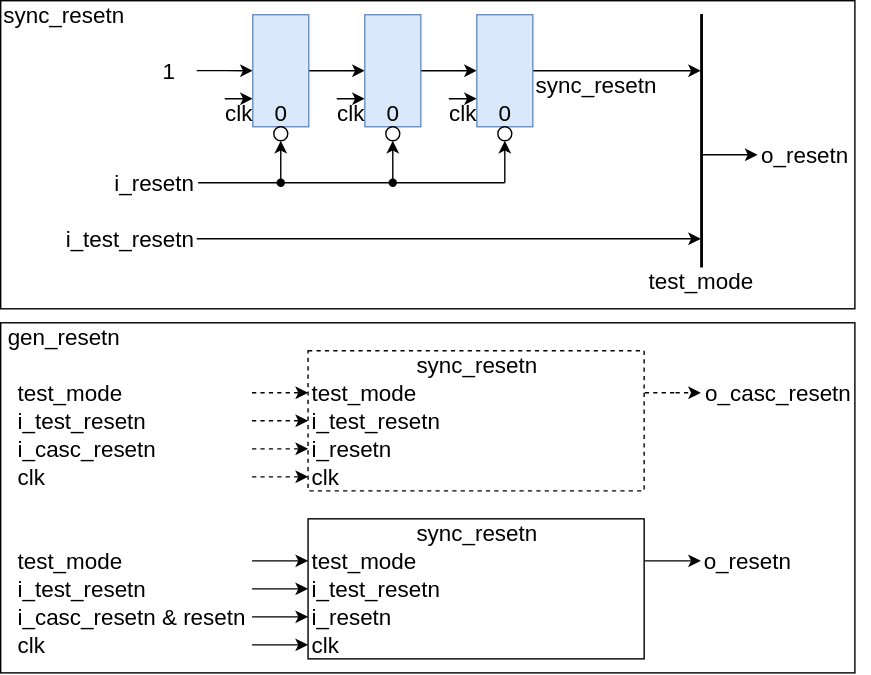
Before: de/platform_clk_resetn_gen/sync_resetn/include/resetn_design.svg, a diagram exported from draw.io (jnjnliwenjie0022/obs). Source tidied: cells renumbered, new cells last; positions are measured from the earlier drawing's top-left corner, leaving out a move shared by most shapes.
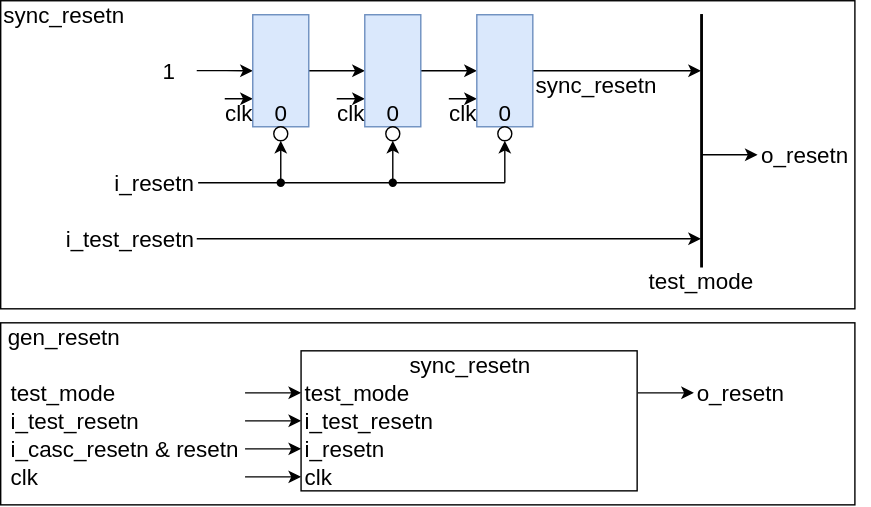
After the change.

Commit message:
vault backup: 2025-10-16 16:07:55

The edit, as a diff of the source:
```diff
@@ -3,7 +3,7 @@
     <mxCell id="0" />
     <mxCell id="1" parent="0" />
     <mxCell id="2" style="rounded=0;whiteSpace=wrap;html=1;fontSize=16;" parent="1" vertex="1">
-      <mxGeometry y="230" width="610" height="250" as="geometry" />
+      <mxGeometry y="230" width="610" height="130" as="geometry" />
     </mxCell>
     <mxCell id="3" style="rounded=0;whiteSpace=wrap;html=1;fontSize=16;" parent="1" vertex="1">
       <mxGeometry width="610" height="220" as="geometry" />
@@ -139,123 +139,64 @@
     <mxCell id="38" value="sync_resetn" style="rounded=0;whiteSpace=wrap;html=1;fontSize=16;fillColor=none;strokeColor=none;align=center;" parent="1" vertex="1">
       <mxGeometry width="90" height="20" as="geometry" />
     </mxCell>
-    <mxCell id="39" style="rounded=0;whiteSpace=wrap;html=1;fontSize=16;dashed=1;" parent="1" vertex="1">
-      <mxGeometry x="219.5" y="250" width="240" height="100" as="geometry" />
-    </mxCell>
-    <mxCell id="40" value="sync_resetn" style="rounded=0;whiteSpace=wrap;html=1;fontSize=16;fillColor=none;strokeColor=none;align=center;dashed=1;" parent="1" vertex="1">
-      <mxGeometry x="294.5" y="250" width="90" height="20" as="geometry" />
-    </mxCell>
-    <mxCell id="41" style="edgeStyle=orthogonalEdgeStyle;rounded=0;jettySize=auto;html=1;dashed=1;" parent="1" edge="1" target="42">
-      <mxGeometry relative="1" as="geometry">
-        <mxPoint x="179.5" y="280" as="sourcePoint" />
-      </mxGeometry>
-    </mxCell>
-    <mxCell id="42" value="test_mode" style="rounded=0;whiteSpace=wrap;html=1;fontSize=16;fillColor=none;strokeColor=none;align=left;dashed=1;" parent="1" vertex="1">
-      <mxGeometry x="219.5" y="270" width="90" height="20" as="geometry" />
-    </mxCell>
-    <mxCell id="43" style="edgeStyle=orthogonalEdgeStyle;rounded=0;jettySize=auto;html=1;dashed=1;" parent="1" edge="1" target="44">
-      <mxGeometry relative="1" as="geometry">
-        <mxPoint x="179.5" y="320" as="sourcePoint" />
-      </mxGeometry>
-    </mxCell>
-    <mxCell id="44" value="i_resetn" style="rounded=0;whiteSpace=wrap;html=1;fontSize=16;fillColor=none;strokeColor=none;align=left;dashed=1;" parent="1" vertex="1">
-      <mxGeometry x="219.5" y="310" width="90" height="20" as="geometry" />
-    </mxCell>
-    <mxCell id="45" style="edgeStyle=orthogonalEdgeStyle;rounded=0;jettySize=auto;html=1;dashed=1;" parent="1" edge="1" target="46">
-      <mxGeometry relative="1" as="geometry">
-        <mxPoint x="179.5" y="300" as="sourcePoint" />
-      </mxGeometry>
-    </mxCell>
-    <mxCell id="46" value="i_test_resetn" style="rounded=0;whiteSpace=wrap;html=1;fontSize=16;fillColor=none;strokeColor=none;align=left;dashed=1;" parent="1" vertex="1">
-      <mxGeometry x="219.5" y="290" width="90" height="20" as="geometry" />
-    </mxCell>
-    <mxCell id="47" style="edgeStyle=orthogonalEdgeStyle;rounded=0;orthogonalLoop=1;jettySize=auto;html=1;dashed=1;" parent="1" edge="1">
-      <mxGeometry relative="1" as="geometry">
-        <mxPoint x="460" y="280" as="sourcePoint" />
-        <mxPoint x="500" y="280" as="targetPoint" />
-      </mxGeometry>
-    </mxCell>
-    <mxCell id="48" style="edgeStyle=orthogonalEdgeStyle;rounded=0;jettySize=auto;html=1;dashed=1;" parent="1" edge="1" target="49">
-      <mxGeometry relative="1" as="geometry">
-        <mxPoint x="179.5" y="340" as="sourcePoint" />
-      </mxGeometry>
-    </mxCell>
-    <mxCell id="49" value="clk" style="rounded=0;whiteSpace=wrap;html=1;fontSize=16;fillColor=none;strokeColor=none;align=left;dashed=1;" parent="1" vertex="1">
-      <mxGeometry x="219.5" y="330" width="90" height="20" as="geometry" />
-    </mxCell>
-    <mxCell id="50" value="clk" style="rounded=0;whiteSpace=wrap;html=1;fontSize=16;fillColor=none;strokeColor=none;align=left;" parent="1" vertex="1">
-      <mxGeometry x="10" y="330" width="169.5" height="20" as="geometry" />
-    </mxCell>
-    <mxCell id="51" value="i_casc_resetn" style="rounded=0;whiteSpace=wrap;html=1;fontSize=16;fillColor=none;strokeColor=none;align=left;" parent="1" vertex="1">
-      <mxGeometry x="10" y="310" width="169.5" height="20" as="geometry" />
-    </mxCell>
-    <mxCell id="52" value="test_mode" style="rounded=0;whiteSpace=wrap;html=1;fontSize=16;fillColor=none;strokeColor=none;align=left;" parent="1" vertex="1">
-      <mxGeometry x="10" y="270" width="169.5" height="20" as="geometry" />
-    </mxCell>
-    <mxCell id="53" value="i_test_resetn" style="rounded=0;whiteSpace=wrap;html=1;fontSize=16;fillColor=none;strokeColor=none;align=left;" parent="1" vertex="1">
-      <mxGeometry x="10" y="290" width="169.5" height="20" as="geometry" />
-    </mxCell>
-    <mxCell id="54" value="o_casc_resetn" style="rounded=0;whiteSpace=wrap;html=1;fontSize=16;fillColor=none;strokeColor=none;align=left;dashed=1;" parent="1" vertex="1">
-      <mxGeometry x="501" y="270" width="110" height="20" as="geometry" />
-    </mxCell>
     <mxCell id="55" style="rounded=0;whiteSpace=wrap;html=1;fontSize=16;" parent="1" vertex="1">
-      <mxGeometry x="219.5" y="370" width="240" height="100" as="geometry" />
+      <mxGeometry x="214.5" y="250" width="240" height="100" as="geometry" />
     </mxCell>
     <mxCell id="56" value="sync_resetn" style="rounded=0;whiteSpace=wrap;html=1;fontSize=16;fillColor=none;strokeColor=none;align=center;" parent="1" vertex="1">
-      <mxGeometry x="294.5" y="370" width="90" height="20" as="geometry" />
+      <mxGeometry x="289.5" y="250" width="90" height="20" as="geometry" />
     </mxCell>
     <mxCell id="57" style="edgeStyle=orthogonalEdgeStyle;rounded=0;jettySize=auto;html=1;" parent="1" edge="1" target="58">
       <mxGeometry relative="1" as="geometry">
-        <mxPoint x="179.5" y="400" as="sourcePoint" />
+        <mxPoint x="174.5" y="280" as="sourcePoint" />
       </mxGeometry>
     </mxCell>
     <mxCell id="58" value="test_mode" style="rounded=0;whiteSpace=wrap;html=1;fontSize=16;fillColor=none;strokeColor=none;align=left;" parent="1" vertex="1">
-      <mxGeometry x="219.5" y="390" width="90" height="20" as="geometry" />
+      <mxGeometry x="214.5" y="270" width="90" height="20" as="geometry" />
     </mxCell>
     <mxCell id="59" style="edgeStyle=orthogonalEdgeStyle;rounded=0;jettySize=auto;html=1;" parent="1" edge="1" target="60">
       <mxGeometry relative="1" as="geometry">
-        <mxPoint x="179.5" y="440" as="sourcePoint" />
+        <mxPoint x="174.5" y="320" as="sourcePoint" />
       </mxGeometry>
     </mxCell>
     <mxCell id="60" value="i_resetn" style="rounded=0;whiteSpace=wrap;html=1;fontSize=16;fillColor=none;strokeColor=none;align=left;" parent="1" vertex="1">
-      <mxGeometry x="219.5" y="430" width="90" height="20" as="geometry" />
+      <mxGeometry x="214.5" y="310" width="90" height="20" as="geometry" />
     </mxCell>
     <mxCell id="61" style="edgeStyle=orthogonalEdgeStyle;rounded=0;jettySize=auto;html=1;" parent="1" edge="1" target="62">
       <mxGeometry relative="1" as="geometry">
-        <mxPoint x="179.5" y="420" as="sourcePoint" />
+        <mxPoint x="174.5" y="300" as="sourcePoint" />
       </mxGeometry>
     </mxCell>
     <mxCell id="62" value="i_test_resetn" style="rounded=0;whiteSpace=wrap;html=1;fontSize=16;fillColor=none;strokeColor=none;align=left;" parent="1" vertex="1">
-      <mxGeometry x="219.5" y="410" width="90" height="20" as="geometry" />
+      <mxGeometry x="214.5" y="290" width="90" height="20" as="geometry" />
     </mxCell>
     <mxCell id="63" style="edgeStyle=orthogonalEdgeStyle;rounded=0;orthogonalLoop=1;jettySize=auto;html=1;" parent="1" edge="1">
       <mxGeometry relative="1" as="geometry">
-        <mxPoint x="460" y="400" as="sourcePoint" />
-        <mxPoint x="500" y="400" as="targetPoint" />
+        <mxPoint x="455" y="280" as="sourcePoint" />
+        <mxPoint x="495" y="280" as="targetPoint" />
       </mxGeometry>
     </mxCell>
     <mxCell id="64" style="edgeStyle=orthogonalEdgeStyle;rounded=0;jettySize=auto;html=1;" parent="1" edge="1" target="65">
       <mxGeometry relative="1" as="geometry">
-        <mxPoint x="179.5" y="460" as="sourcePoint" />
+        <mxPoint x="174.5" y="340" as="sourcePoint" />
       </mxGeometry>
     </mxCell>
     <mxCell id="65" value="clk" style="rounded=0;whiteSpace=wrap;html=1;fontSize=16;fillColor=none;strokeColor=none;align=left;" parent="1" vertex="1">
-      <mxGeometry x="219.5" y="450" width="90" height="20" as="geometry" />
+      <mxGeometry x="214.5" y="330" width="90" height="20" as="geometry" />
     </mxCell>
     <mxCell id="66" value="clk" style="rounded=0;whiteSpace=wrap;html=1;fontSize=16;fillColor=none;strokeColor=none;align=left;" parent="1" vertex="1">
-      <mxGeometry x="10" y="450" width="169.5" height="20" as="geometry" />
+      <mxGeometry x="5" y="330" width="169.5" height="20" as="geometry" />
     </mxCell>
     <mxCell id="67" value="i_casc_resetn &amp;amp; resetn" style="rounded=0;whiteSpace=wrap;html=1;fontSize=16;fillColor=none;strokeColor=none;align=left;" parent="1" vertex="1">
-      <mxGeometry x="10" y="430" width="169.5" height="20" as="geometry" />
+      <mxGeometry x="5" y="310" width="169.5" height="20" as="geometry" />
     </mxCell>
     <mxCell id="68" value="test_mode" style="rounded=0;whiteSpace=wrap;html=1;fontSize=16;fillColor=none;strokeColor=none;align=left;" parent="1" vertex="1">
-      <mxGeometry x="10" y="390" width="169.5" height="20" as="geometry" />
+      <mxGeometry x="5" y="270" width="169.5" height="20" as="geometry" />
     </mxCell>
     <mxCell id="69" value="i_test_resetn" style="rounded=0;whiteSpace=wrap;html=1;fontSize=16;fillColor=none;strokeColor=none;align=left;" parent="1" vertex="1">
-      <mxGeometry x="10" y="410" width="169.5" height="20" as="geometry" />
+      <mxGeometry x="5" y="290" width="169.5" height="20" as="geometry" />
     </mxCell>
     <mxCell id="70" value="&lt;span style=&quot;&quot;&gt;o_resetn&lt;/span&gt;" style="rounded=0;whiteSpace=wrap;html=1;fontSize=16;fillColor=none;strokeColor=none;align=left;" parent="1" vertex="1">
-      <mxGeometry x="500" y="390" width="110" height="20" as="geometry" />
+      <mxGeometry x="495" y="270" width="110" height="20" as="geometry" />
     </mxCell>
     <mxCell id="71" value="gen_resetn" style="rounded=0;whiteSpace=wrap;html=1;fontSize=16;fillColor=none;strokeColor=none;align=center;" parent="1" vertex="1">
       <mxGeometry y="230" width="90" height="20" as="geometry" />
```
